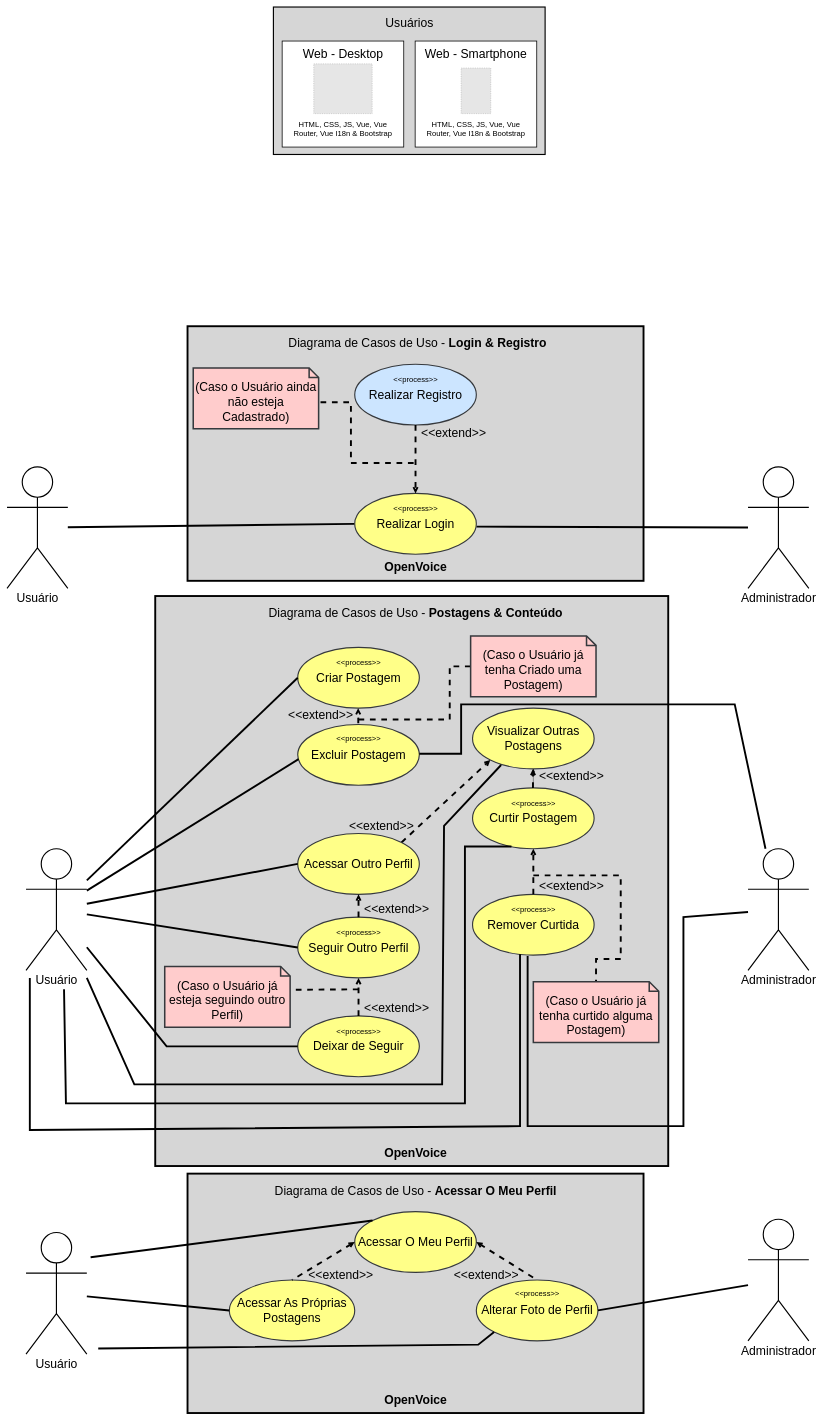
This is misc/diagramas/Diagrama de Casos de Uso.drawio from VerbalThree/OpenVoice, a draw.io file, before an edit. Source tidied: cells renumbered, new cells numbered last; positions are measured from the earlier drawing's top-left corner, leaving out a move shared by most shapes. Both pictures are drawn from the tidied source at 38%, with x=0, y=0 at pixel (7, 7). Pictures stored in the file or linked from it are replaced by grey dashed boxes.
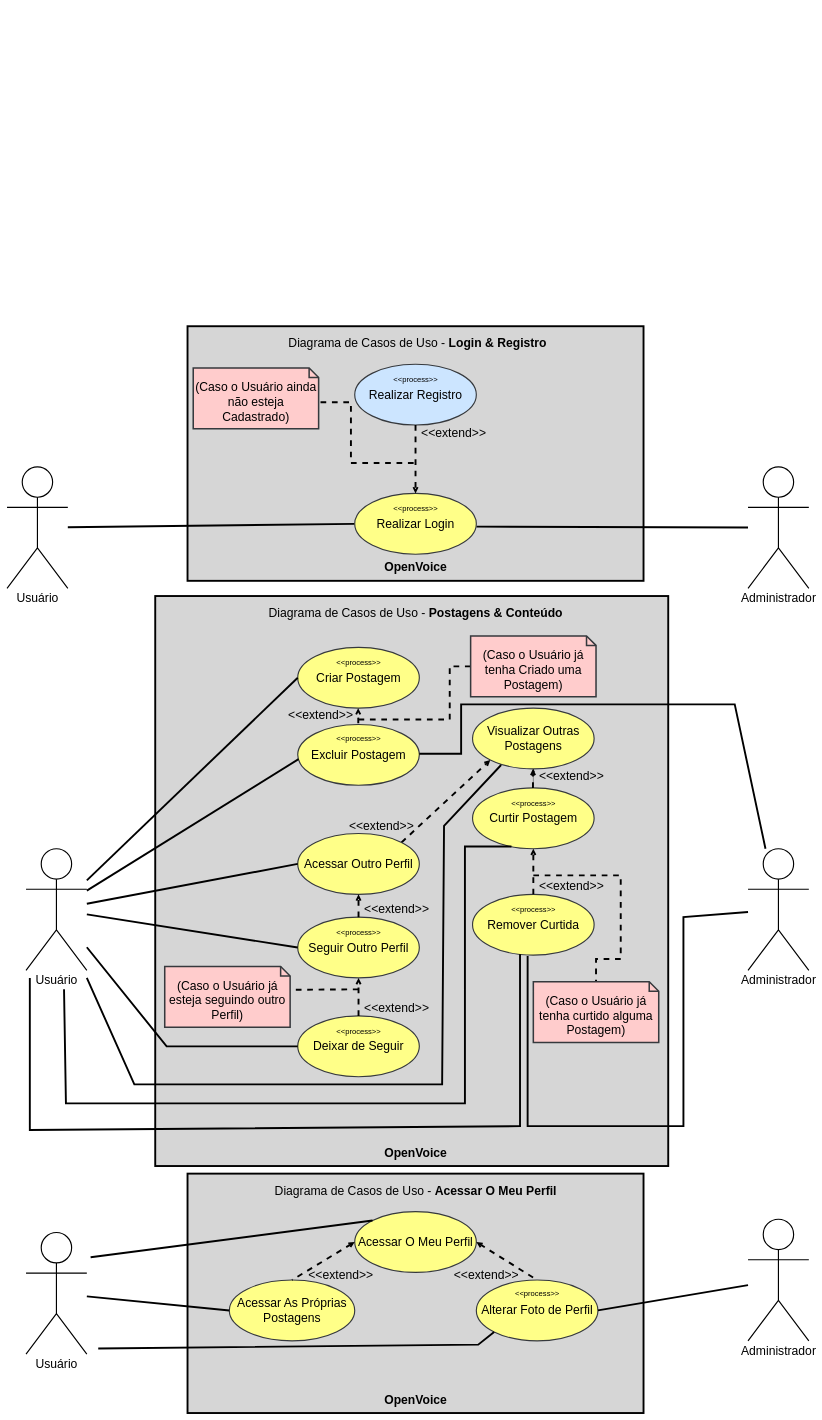
Above is the later version.

The edit, as a diff of the source:
```diff
@@
-    <mxCell id="3" style="group;" parent="1" vertex="1">
-      <mxGeometry x="701" width="715" height="388" as="geometry" />
-    </mxCell>
-    <mxCell id="4" style="rounded=0;whiteSpace=wrap;html=1;font-weight:bold;strokeWidth=3;perimeterSpacing=0;fillColor=#D6D6D6;fillStyle=solid;" parent="3" vertex="1">
-      <mxGeometry width="715" height="388" as="geometry" />
-    </mxCell>
-    <mxCell id="5" value="&lt;font style=&quot;font-size: 32px;&quot;&gt;Usuários&lt;/font&gt;" style="text;html=1;align=center;verticalAlign=middle;whiteSpace=wrap;rounded=0;fontSize=10;" parent="3" vertex="1">
-      <mxGeometry x="297.5" y="25" width="120" height="32" as="geometry" />
-    </mxCell>
-    <mxCell id="6" style="group;" parent="3" vertex="1">
-      <mxGeometry x="23" y="89.5" width="320" height="279" as="geometry" />
-    </mxCell>
-    <mxCell id="7" style="rounded=0;whiteSpace=wrap;html=1;strokeWidth=2;" parent="6" vertex="1">
-      <mxGeometry width="320" height="279" as="geometry" />
-    </mxCell>
-    <mxCell id="8" style="fillColor=#E6E6E6;strokeColor=#999999;dashed=1;verticalLabelPosition=bottom;labelBackgroundColor=default;verticalAlign=top;" parent="6" vertex="1">
-      <mxGeometry x="83.2" y="60" width="153.7" height="131" as="geometry" />
-    </mxCell>
-    <mxCell id="9" value="&lt;font style=&quot;font-size: 32px;&quot;&gt;Web - Desktop&lt;br&gt;&lt;/font&gt;" style="text;html=1;align=center;verticalAlign=middle;whiteSpace=wrap;rounded=0;fontSize=10;" parent="6" vertex="1">
-      <mxGeometry x="25.8" y="17" width="268.5" height="34" as="geometry" />
-    </mxCell>
-    <mxCell id="10" value="&lt;font style=&quot;font-size: 20px;&quot;&gt;HTML, CSS, JS, Vue, Vue Router, Vue I18n &amp;amp; Bootstrap&lt;/font&gt;" style="text;strokeColor=none;fillColor=none;html=1;align=center;verticalAlign=middle;whiteSpace=wrap;rounded=0;fontSize=16;" parent="6" vertex="1">
-      <mxGeometry x="25" y="210" width="270" height="40" as="geometry" />
-    </mxCell>
-    <mxCell id="11" style="group;" parent="3" vertex="1">
-      <mxGeometry x="373" y="89.5" width="320" height="279" as="geometry" />
-    </mxCell>
-    <mxCell id="12" style="rounded=0;whiteSpace=wrap;html=1;strokeWidth=2;" parent="11" vertex="1">
-      <mxGeometry width="320" height="279" as="geometry" />
-    </mxCell>
-    <mxCell id="13" value="&lt;font style=&quot;font-size: 32px;&quot;&gt;Web - Smartphone&lt;br&gt;&lt;/font&gt;" style="text;html=1;align=center;verticalAlign=middle;whiteSpace=wrap;rounded=0;fontSize=10;" parent="11" vertex="1">
-      <mxGeometry x="17.9" y="19.5" width="284.2" height="29" as="geometry" />
-    </mxCell>
-    <mxCell id="14" value="&lt;font style=&quot;font-size: 20px;&quot;&gt;HTML, CSS, JS, Vue, Vue Router, Vue I18n &amp;amp; Bootstrap&lt;/font&gt;" style="text;strokeColor=none;fillColor=none;html=1;align=center;verticalAlign=middle;whiteSpace=wrap;rounded=0;fontSize=16;" parent="11" vertex="1">
-      <mxGeometry x="25" y="210" width="270" height="40" as="geometry" />
-    </mxCell>
-    <mxCell id="15" style="fillColor=#E6E6E6;strokeColor=#999999;dashed=1;verticalLabelPosition=bottom;labelBackgroundColor=default;verticalAlign=top;" parent="11" vertex="1">
-      <mxGeometry x="121" y="71" width="78" height="120" as="geometry" />
-    </mxCell>
```
